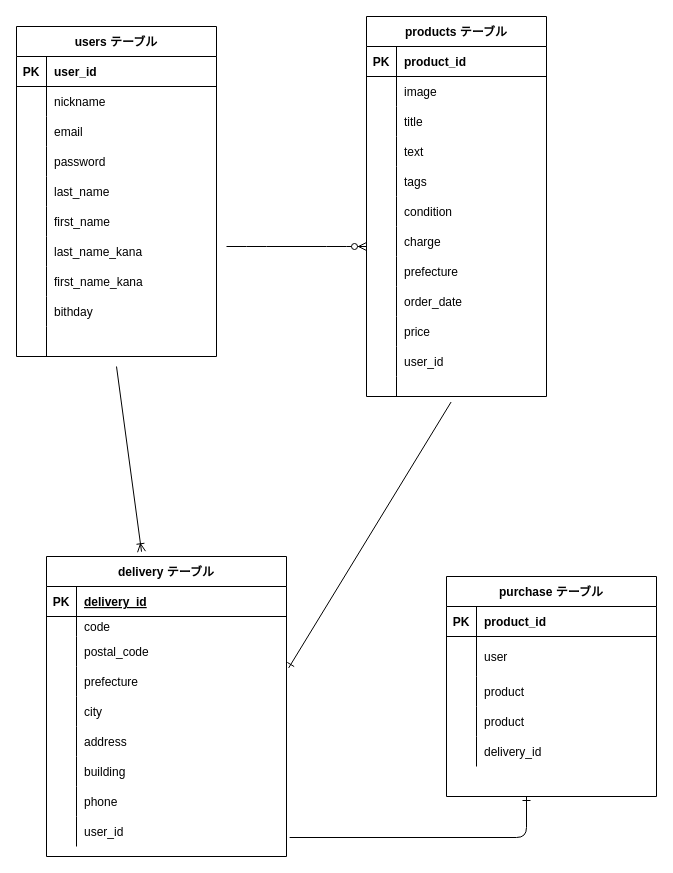
The draw.io diagram furima.dio in Maririn1223/furima_34352, before the edit. Source tidied: cells renumbered, new cells numbered last; positions are measured from the earlier drawing's top-left corner, leaving out a move shared by most shapes. Both pictures are drawn from the tidied source at 100%, with x=0, y=0 at pixel (16, 16).
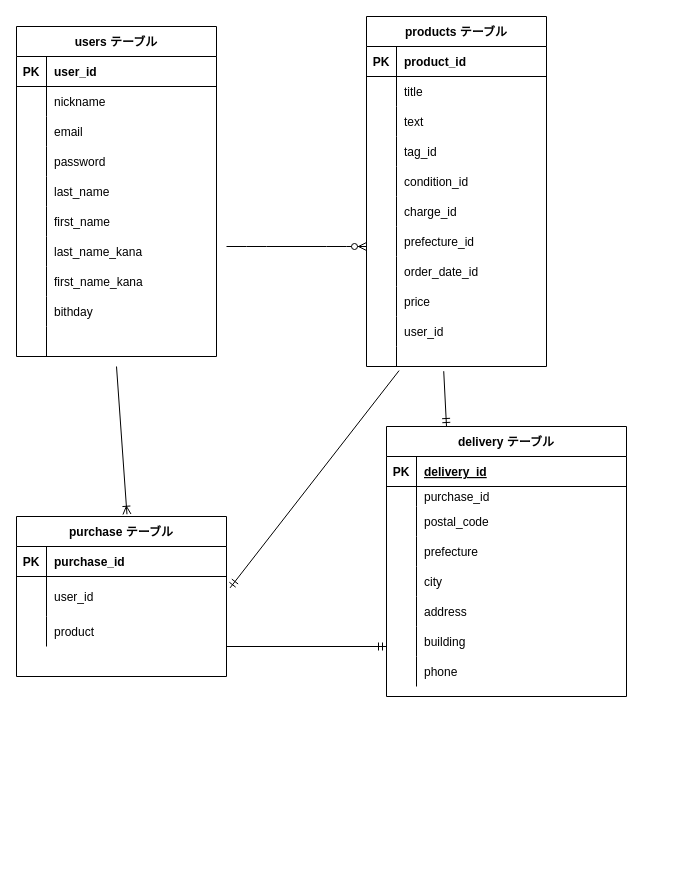
The same diagram, later.

Commit message (it also covers changes not shown here):
アソシエーションの修正

Unchanged cells that the change refers to:
```xml
<mxCell id="74" style="shape=partialRectangle;fillColor=none;top=0;left=0;bottom=0;right=0;" parent="70" vertex="1">
  <mxGeometry y="60" width="240" height="20" as="geometry" />
</mxCell>
<mxCell id="80" style="shape=partialRectangle;fillColor=none;top=0;left=0;bottom=0;right=0;points=[[0,0.5],[1,0.5]];portConstraint=eastwest;" parent="70" vertex="1">
  <mxGeometry y="110" width="240" height="30" as="geometry" />
</mxCell>
<mxCell id="100" style="shape=partialRectangle;fillColor=none;top=0;left=0;bottom=1;right=0;" parent="99" vertex="1">
  <mxGeometry y="30" width="210" height="30" as="geometry" />
</mxCell>
<mxCell id="103" style="shape=partialRectangle;fillColor=none;top=0;left=0;bottom=0;right=0;points=[[0,0.5],[1,0.5]];portConstraint=eastwest;" parent="99" vertex="1">
  <mxGeometry y="60" width="210" height="40" as="geometry" />
</mxCell>
```

The edit, as a diff of the source:
```diff
@@
     <mxCell id="33" value="products テーブル" style="shape=table;startSize=30;childLayout=tableLayout;rowLines=0;fontStyle=1;align=center;" parent="1" vertex="1">
-      <mxGeometry x="350" width="180" height="380" as="geometry" />
+      <mxGeometry x="350" width="180" height="350" as="geometry" />
     </mxCell>
@@
-    <mxCell id="37" style="shape=partialRectangle;fillColor=none;top=0;left=0;bottom=0;right=0;" parent="33" vertex="1">
-      <mxGeometry y="60" width="180" height="30" as="geometry" />
-    </mxCell>
-    <mxCell id="38" style="shape=partialRectangle;fillColor=none;top=0;left=0;bottom=0;right=0;overflow=hidden;" parent="37" vertex="1">
-      <mxGeometry width="30" height="30" as="geometry" />
-    </mxCell>
-    <mxCell id="39" value="image" style="shape=partialRectangle;fillColor=none;top=0;left=0;bottom=0;right=0;align=left;spacingLeft=6;overflow=hidden;" parent="37" vertex="1">
-      <mxGeometry x="30" width="150" height="30" as="geometry" />
-    </mxCell>
     <mxCell id="40" style="shape=partialRectangle;fillColor=none;top=0;left=0;bottom=0;right=0;" parent="33" vertex="1">
-      <mxGeometry y="90" width="180" height="30" as="geometry" />
+      <mxGeometry y="60" width="180" height="30" as="geometry" />
     </mxCell>
@@
     <mxCell id="43" style="shape=partialRectangle;fillColor=none;top=0;left=0;bottom=0;right=0;" parent="33" vertex="1">
-      <mxGeometry y="120" width="180" height="30" as="geometry" />
+      <mxGeometry y="90" width="180" height="30" as="geometry" />
     </mxCell>
@@
     <mxCell id="46" style="shape=partialRectangle;fillColor=none;top=0;left=0;bottom=0;right=0;" parent="33" vertex="1">
-      <mxGeometry y="150" width="180" height="30" as="geometry" />
+      <mxGeometry y="120" width="180" height="30" as="geometry" />
     </mxCell>
@@
-    <mxCell id="48" value="tags" style="shape=partialRectangle;fillColor=none;top=0;left=0;bottom=0;right=0;align=left;spacingLeft=6;overflow=hidden;" parent="46" vertex="1">
+    <mxCell id="48" value="tag_id" style="shape=partialRectangle;fillColor=none;top=0;left=0;bottom=0;right=0;align=left;spacingLeft=6;overflow=hidden;" parent="46" vertex="1">
       <mxGeometry x="30" width="150" height="30" as="geometry" />
     </mxCell>
     <mxCell id="49" style="shape=partialRectangle;fillColor=none;top=0;left=0;bottom=0;right=0;" parent="33" vertex="1">
-      <mxGeometry y="180" width="180" height="30" as="geometry" />
+      <mxGeometry y="150" width="180" height="30" as="geometry" />
     </mxCell>
@@
-    <mxCell id="51" value="condition" style="shape=partialRectangle;fillColor=none;top=0;left=0;bottom=0;right=0;align=left;spacingLeft=6;overflow=hidden;" parent="49" vertex="1">
+    <mxCell id="51" value="condition_id" style="shape=partialRectangle;fillColor=none;top=0;left=0;bottom=0;right=0;align=left;spacingLeft=6;overflow=hidden;" parent="49" vertex="1">
       <mxGeometry x="30" width="150" height="30" as="geometry" />
     </mxCell>
     <mxCell id="52" style="shape=partialRectangle;fillColor=none;top=0;left=0;bottom=0;right=0;" parent="33" vertex="1">
-      <mxGeometry y="210" width="180" height="30" as="geometry" />
+      <mxGeometry y="180" width="180" height="30" as="geometry" />
     </mxCell>
@@
-    <mxCell id="54" value="charge" style="shape=partialRectangle;fillColor=none;top=0;left=0;bottom=0;right=0;align=left;spacingLeft=6;overflow=hidden;" parent="52" vertex="1">
+    <mxCell id="54" value="charge_id" style="shape=partialRectangle;fillColor=none;top=0;left=0;bottom=0;right=0;align=left;spacingLeft=6;overflow=hidden;" parent="52" vertex="1">
       <mxGeometry x="30" width="150" height="30" as="geometry" />
     </mxCell>
     <mxCell id="55" style="shape=partialRectangle;fillColor=none;top=0;left=0;bottom=0;right=0;" parent="33" vertex="1">
-      <mxGeometry y="240" width="180" height="30" as="geometry" />
+      <mxGeometry y="210" width="180" height="30" as="geometry" />
     </mxCell>
@@
-    <mxCell id="57" value="prefecture" style="shape=partialRectangle;fillColor=none;top=0;left=0;bottom=0;right=0;align=left;spacingLeft=6;overflow=hidden;" parent="55" vertex="1">
+    <mxCell id="57" value="prefecture_id" style="shape=partialRectangle;fillColor=none;top=0;left=0;bottom=0;right=0;align=left;spacingLeft=6;overflow=hidden;" parent="55" vertex="1">
       <mxGeometry x="30" width="150" height="30" as="geometry" />
     </mxCell>
     <mxCell id="58" style="shape=partialRectangle;fillColor=none;top=0;left=0;bottom=0;right=0;" parent="33" vertex="1">
-      <mxGeometry y="270" width="180" height="30" as="geometry" />
+      <mxGeometry y="240" width="180" height="30" as="geometry" />
     </mxCell>
@@
-    <mxCell id="60" value="order_date" style="shape=partialRectangle;fillColor=none;top=0;left=0;bottom=0;right=0;align=left;spacingLeft=6;overflow=hidden;" parent="58" vertex="1">
+    <mxCell id="60" value="order_date_id" style="shape=partialRectangle;fillColor=none;top=0;left=0;bottom=0;right=0;align=left;spacingLeft=6;overflow=hidden;" parent="58" vertex="1">
       <mxGeometry x="30" width="150" height="30" as="geometry" />
     </mxCell>
     <mxCell id="61" style="shape=partialRectangle;fillColor=none;top=0;left=0;bottom=0;right=0;" parent="33" vertex="1">
-      <mxGeometry y="300" width="180" height="30" as="geometry" />
+      <mxGeometry y="270" width="180" height="30" as="geometry" />
     </mxCell>
@@
     <mxCell id="64" style="shape=partialRectangle;fillColor=none;top=0;left=0;bottom=0;right=0;" parent="33" vertex="1">
-      <mxGeometry y="330" width="180" height="30" as="geometry" />
+      <mxGeometry y="300" width="180" height="30" as="geometry" />
     </mxCell>
@@
     <mxCell id="67" style="shape=partialRectangle;fillColor=none;top=0;left=0;bottom=0;right=0;points=[[0,0.5],[1,0.5]];portConstraint=eastwest;" parent="33" vertex="1">
-      <mxGeometry y="360" width="180" height="20" as="geometry" />
+      <mxGeometry y="330" width="180" height="20" as="geometry" />
     </mxCell>
@@
     <mxCell id="70" value="delivery テーブル" style="shape=table;startSize=30;childLayout=tableLayout;rowLines=0;fontStyle=1;align=center;" parent="1" vertex="1">
-      <mxGeometry x="30" y="540" width="240" height="300" as="geometry" />
+      <mxGeometry x="370" y="410" width="240" height="270" as="geometry" />
     </mxCell>
@@
-    <mxCell id="76" value="code" style="shape=partialRectangle;fillColor=none;top=0;left=0;bottom=0;right=0;align=left;spacingLeft=6;overflow=hidden;" parent="74" vertex="1">
+    <mxCell id="76" value="purchase_id" style="shape=partialRectangle;fillColor=none;top=0;left=0;bottom=0;right=0;align=left;spacingLeft=6;overflow=hidden;" parent="74" vertex="1">
       <mxGeometry x="30" width="210" height="20" as="geometry" />
     </mxCell>
@@
-    <mxCell id="95" style="shape=partialRectangle;fillColor=none;top=0;left=0;bottom=0;right=0;points=[[0,0.5],[1,0.5]];portConstraint=eastwest;" parent="70" vertex="1">
-      <mxGeometry y="260" width="240" height="30" as="geometry" />
-    </mxCell>
-    <mxCell id="96" style="shape=partialRectangle;fillColor=none;top=0;left=0;bottom=0;right=0;overflow=hidden;" parent="95" vertex="1">
-      <mxGeometry width="30" height="30" as="geometry" />
-    </mxCell>
-    <mxCell id="97" value="user_id" style="shape=partialRectangle;fillColor=none;top=0;left=0;bottom=0;right=0;align=left;spacingLeft=6;overflow=hidden;" parent="95" vertex="1">
-      <mxGeometry x="30" width="210" height="30" as="geometry" />
-    </mxCell>
@@
     <mxCell id="99" value="purchase テーブル" style="shape=table;startSize=30;childLayout=tableLayout;rowLines=0;fontStyle=1;align=center;" parent="1" vertex="1">
-      <mxGeometry x="430" y="560" width="210" height="220" as="geometry" />
+      <mxGeometry y="500" width="210" height="160" as="geometry" />
     </mxCell>
@@
-    <mxCell id="102" value="product_id" style="shape=partialRectangle;fillColor=none;top=0;left=0;bottom=0;right=0;align=left;spacingLeft=6;fontStyle=1;overflow=hidden;" parent="100" vertex="1">
+    <mxCell id="102" value="purchase_id" style="shape=partialRectangle;fillColor=none;top=0;left=0;bottom=0;right=0;align=left;spacingLeft=6;fontStyle=1;overflow=hidden;" parent="100" vertex="1">
       <mxGeometry x="30" width="180" height="30" as="geometry" />
     </mxCell>
@@
-    <mxCell id="105" value="user" style="shape=partialRectangle;fillColor=none;top=0;left=0;bottom=0;right=0;align=left;spacingLeft=6;overflow=hidden;" parent="103" vertex="1">
+    <mxCell id="105" value="user_id" style="shape=partialRectangle;fillColor=none;top=0;left=0;bottom=0;right=0;align=left;spacingLeft=6;overflow=hidden;" parent="103" vertex="1">
       <mxGeometry x="30" width="180" height="40" as="geometry" />
     </mxCell>
@@
-    <mxCell id="109" style="shape=partialRectangle;fillColor=none;top=0;left=0;bottom=0;right=0;" parent="99" vertex="1">
-      <mxGeometry y="130" width="210" height="30" as="geometry" />
-    </mxCell>
-    <mxCell id="110" style="shape=partialRectangle;fillColor=none;top=0;left=0;bottom=0;right=0;overflow=hidden;" parent="109" vertex="1">
-      <mxGeometry width="30" height="30" as="geometry" />
-    </mxCell>
-    <mxCell id="111" value="product" style="shape=partialRectangle;fillColor=none;top=0;left=0;bottom=0;right=0;align=left;spacingLeft=6;overflow=hidden;" parent="109" vertex="1">
-      <mxGeometry x="30" width="180" height="30" as="geometry" />
-    </mxCell>
-    <mxCell id="112" style="shape=partialRectangle;fillColor=none;top=0;left=0;bottom=0;right=0;" parent="99" vertex="1">
-      <mxGeometry y="160" width="210" height="30" as="geometry" />
-    </mxCell>
-    <mxCell id="113" style="shape=partialRectangle;fillColor=none;top=0;left=0;bottom=0;right=0;overflow=hidden;" parent="112" vertex="1">
-      <mxGeometry width="30" height="30" as="geometry" />
-    </mxCell>
-    <mxCell id="114" value="delivery_id" style="shape=partialRectangle;fillColor=none;top=0;left=0;bottom=0;right=0;align=left;spacingLeft=6;overflow=hidden;" parent="112" vertex="1">
-      <mxGeometry x="30" width="180" height="30" as="geometry" />
-    </mxCell>
-    <mxCell id="115" style="fontSize=12;html=1;endArrow=ERoneToMany;entryX=0.396;entryY=-0.016;entryDx=0;entryDy=0;entryPerimeter=0;" parent="1" edge="1" target="70">
+    <mxCell id="115" style="fontSize=12;html=1;endArrow=ERoneToMany;entryX=0.526;entryY=-0.014;entryDx=0;entryDy=0;entryPerimeter=0;" parent="1" edge="1" target="99">
       <mxGeometry relative="1" as="geometry">
         <mxPoint x="100" y="350" as="sourcePoint" />
       </mxGeometry>
     </mxCell>
-    <mxCell id="116" style="fontSize=12;html=1;endArrow=ERone;endFill=1;exitX=1.013;exitY=0.7;exitDx=0;exitDy=0;edgeStyle=orthogonalEdgeStyle;exitPerimeter=0;" parent="1" edge="1" source="95">
-      <mxGeometry relative="1" as="geometry">
-        <mxPoint x="510" y="780" as="targetPoint" />
-        <Array as="points">
-          <mxPoint x="510" y="821" />
-        </Array>
-      </mxGeometry>
-    </mxCell>
-    <mxCell id="117" style="fontSize=12;html=1;endArrow=ERone;endFill=1;exitX=0.47;exitY=1.276;exitDx=0;exitDy=0;exitPerimeter=0;entryX=1.009;entryY=0.047;entryDx=0;entryDy=0;entryPerimeter=0;" parent="1" edge="1" source="67" target="80">
-      <mxGeometry relative="1" as="geometry" />
-    </mxCell>
+    <mxCell id="118" style="fontSize=12;html=1;endArrow=ERmandOne;exitX=1;exitY=0.5;exitDx=0;exitDy=0;" parent="1" edge="1">
+      <mxGeometry relative="1" as="geometry">
+        <mxPoint x="210" y="630" as="sourcePoint" />
+        <mxPoint x="370" y="630" as="targetPoint" />
+      </mxGeometry>
+    </mxCell>
+    <mxCell id="119" style="fontSize=12;html=1;endArrow=ERmandOne;exitX=0.181;exitY=1.205;exitDx=0;exitDy=0;exitPerimeter=0;entryX=1.017;entryY=0.284;entryDx=0;entryDy=0;entryPerimeter=0;" parent="1" edge="1" source="67" target="103">
+      <mxGeometry relative="1" as="geometry" />
+    </mxCell>
+    <mxCell id="120" style="fontSize=12;html=1;endArrow=ERmandOne;entryX=0.25;entryY=0;entryDx=0;entryDy=0;exitX=0.429;exitY=1.235;exitDx=0;exitDy=0;exitPerimeter=0;" parent="1" edge="1" source="67" target="70">
+      <mxGeometry relative="1" as="geometry" />
+    </mxCell>
```
